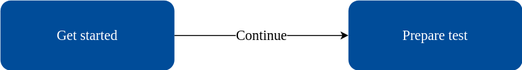
jac-uk/documentation keeps this draw.io diagram as docs/_diagrams/test.drawio.svg. Above is the earlier version. Source tidied: cells renumbered, new cells last; positions are measured from the earlier drawing's top-left corner, leaving out a move shared by most shapes.
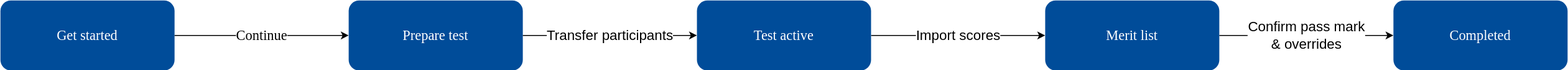
After the change.

Change to the diagram source:
```diff
@@ -11,5 +11,23 @@
     <mxCell id="4" value="Continue " style="endArrow=classic;html=1;rounded=0;exitX=1;exitY=0.5;exitDx=0;exitDy=0;fontFamily=Verdana;fontSize=16;spacingLeft=0;spacingRight=0;" parent="1" edge="1" source="2" target="3">
       <mxGeometry relative="1" as="geometry" />
     </mxCell>
+    <mxCell id="5" value="Import scores" style="edgeStyle=orthogonalEdgeStyle;rounded=0;jettySize=auto;html=1;exitX=1;exitY=0.5;exitDx=0;exitDy=0;entryX=0;entryY=0.5;entryDx=0;entryDy=0;fontSize=16;" parent="1" edge="1" source="6" target="8">
+      <mxGeometry relative="1" as="geometry" />
+    </mxCell>
+    <mxCell id="6" value="Test active" style="rounded=1;whiteSpace=wrap;html=1;fillColor=#004C99;fontColor=#FFFFFF;strokeColor=none;fontFamily=Verdana;fontSize=16;" parent="1" vertex="1">
+      <mxGeometry x="800" width="200" height="80" as="geometry" />
+    </mxCell>
+    <mxCell id="7" value="&lt;div style=&quot;font-size: 16px;&quot;&gt;Confirm pass mark&lt;/div&gt;&lt;div style=&quot;font-size: 16px;&quot;&gt;&amp;amp; overrides&lt;br style=&quot;font-size: 16px;&quot;&gt;&lt;/div&gt;" style="edgeStyle=orthogonalEdgeStyle;rounded=0;jettySize=auto;html=1;entryX=0;entryY=0.5;entryDx=0;entryDy=0;fontSize=16;" parent="1" edge="1" source="8" target="9">
+      <mxGeometry relative="1" as="geometry" />
+    </mxCell>
+    <mxCell id="8" value="Merit list" style="rounded=1;whiteSpace=wrap;html=1;fillColor=#004C99;fontColor=#FFFFFF;strokeColor=none;fontFamily=Verdana;fontSize=16;" parent="1" vertex="1">
+      <mxGeometry x="1200" width="200" height="80" as="geometry" />
+    </mxCell>
+    <mxCell id="9" value="Completed" style="rounded=1;whiteSpace=wrap;html=1;fillColor=#004C99;fontColor=#FFFFFF;strokeColor=none;fontFamily=Verdana;fontSize=16;" parent="1" vertex="1">
+      <mxGeometry x="1600" width="200" height="80" as="geometry" />
+    </mxCell>
+    <mxCell id="10" value="Transfer participants" style="endArrow=classic;html=1;rounded=0;exitX=1;exitY=0.5;exitDx=0;exitDy=0;entryX=0;entryY=0.5;entryDx=0;entryDy=0;fontSize=16;" parent="1" edge="1" source="3" target="6">
+      <mxGeometry relative="1" as="geometry" />
+    </mxCell>
   </root>
 </mxGraphModel>
```
